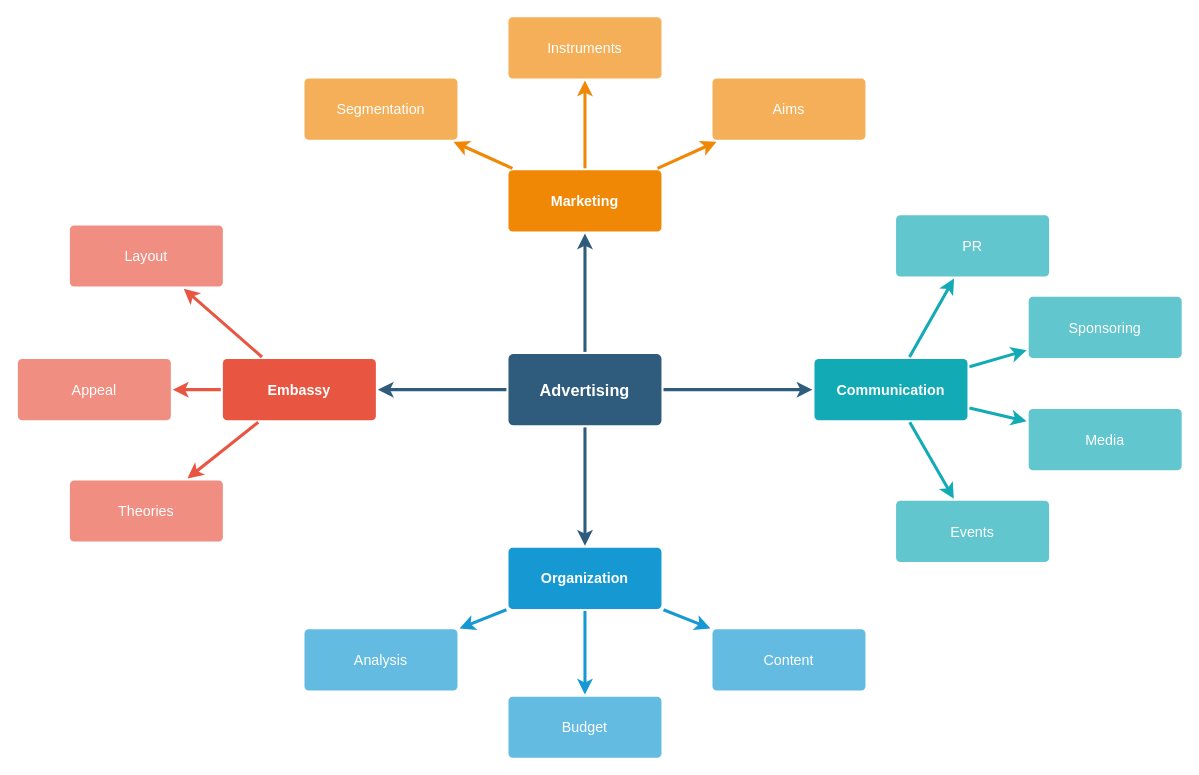
Above: Untitled Diagram.drawio in BlackBidul/El-Lado-Oscuro (draw.io), before the change. Source tidied: cells renumbered, new cells numbered last; positions are measured from the earlier drawing's top-left corner, leaving out a move shared by most shapes. Both pictures are drawn from the tidied source at 102%, with x=0, y=0 at pixel (17, 16).
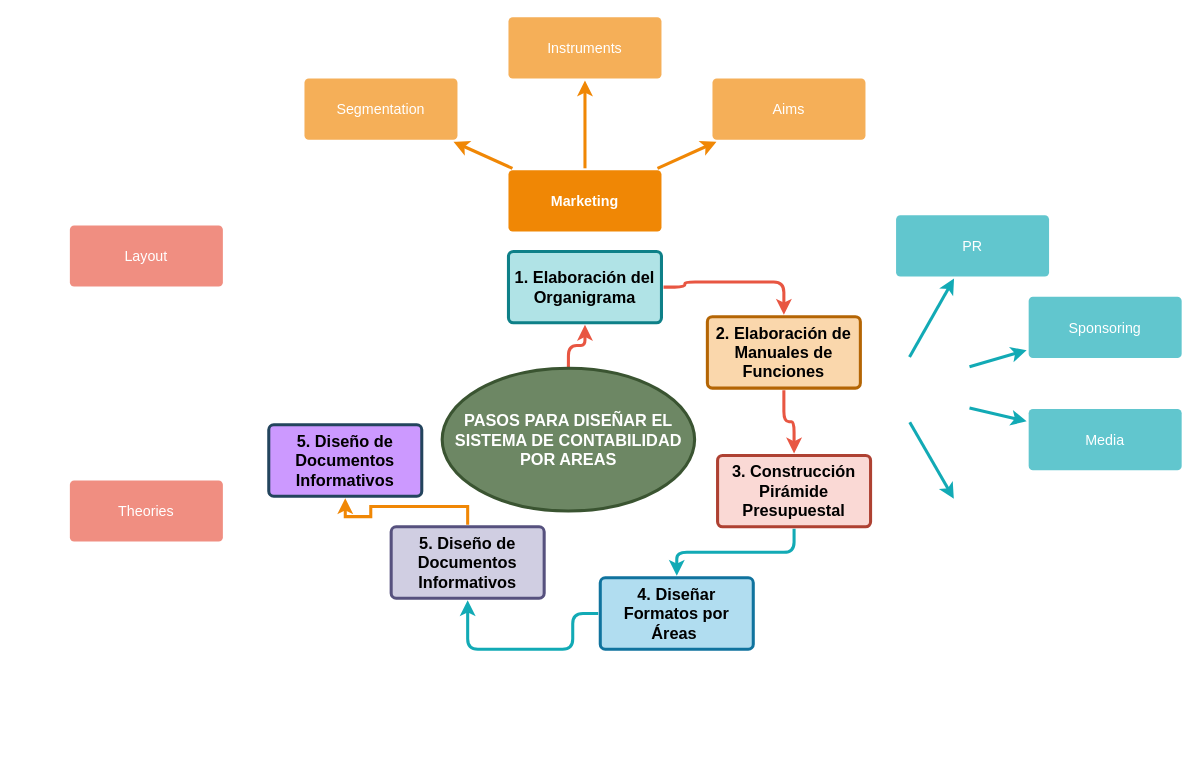
The same diagram, later.

The change refers to these unchanged cells:
```xml
<mxCell id="11" value="Theories" style="rounded=1;whiteSpace=wrap;html=1;shadow=0;labelBackgroundColor=none;strokeColor=none;strokeWidth=3;fillColor=#f08e81;fontFamily=Helvetica;fontSize=14;fontColor=#FFFFFF;align=center;spacing=5;fontStyle=0;arcSize=7;perimeterSpacing=2;" parent="1" vertex="1">
  <mxGeometry x="51" y="454.5" width="150" height="60" as="geometry" />
</mxCell>
<mxCell id="13" value="Layout" style="rounded=1;whiteSpace=wrap;html=1;shadow=0;labelBackgroundColor=none;strokeColor=none;strokeWidth=3;fillColor=#f08e81;fontFamily=Helvetica;fontSize=14;fontColor=#FFFFFF;align=center;spacing=5;fontStyle=0;arcSize=7;perimeterSpacing=2;" parent="1" vertex="1">
  <mxGeometry x="51" y="204.5" width="150" height="60" as="geometry" />
</mxCell>
<mxCell id="21" value="Marketing" style="rounded=1;whiteSpace=wrap;html=1;shadow=0;labelBackgroundColor=none;strokeColor=none;strokeWidth=3;fillColor=#F08705;fontFamily=Helvetica;fontSize=14;fontColor=#FFFFFF;align=center;spacing=5;fontStyle=1;arcSize=7;perimeterSpacing=2;" parent="1" vertex="1">
  <mxGeometry x="481" y="150.5" width="150" height="60" as="geometry" />
</mxCell>
<mxCell id="31" value="Media" style="rounded=1;whiteSpace=wrap;html=1;shadow=0;labelBackgroundColor=none;strokeColor=none;strokeWidth=3;fillColor=#61c6ce;fontFamily=Helvetica;fontSize=14;fontColor=#FFFFFF;align=center;spacing=5;fontStyle=0;arcSize=7;perimeterSpacing=2;" parent="1" vertex="1">
  <mxGeometry x="991" y="384.5" width="150" height="60" as="geometry" />
</mxCell>
<mxCell id="33" value="Sponsoring" style="rounded=1;whiteSpace=wrap;html=1;shadow=0;labelBackgroundColor=none;strokeColor=none;strokeWidth=3;fillColor=#61c6ce;fontFamily=Helvetica;fontSize=14;fontColor=#FFFFFF;align=center;spacing=5;fontStyle=0;arcSize=7;perimeterSpacing=2;" parent="1" vertex="1">
  <mxGeometry x="991" y="274.5" width="150" height="60" as="geometry" />
</mxCell>
<mxCell id="35" value="PR" style="rounded=1;whiteSpace=wrap;html=1;shadow=0;labelBackgroundColor=none;strokeColor=none;strokeWidth=3;fillColor=#61c6ce;fontFamily=Helvetica;fontSize=14;fontColor=#FFFFFF;align=center;spacing=5;fontStyle=0;arcSize=7;perimeterSpacing=2;" parent="1" vertex="1">
  <mxGeometry x="861" y="194.5" width="150" height="60" as="geometry" />
</mxCell>
```

The edit, as a diff of the source:
```diff
@@
-    <mxCell id="2" style="edgeStyle=none;rounded=0;jumpStyle=none;html=1;shadow=0;labelBackgroundColor=none;startArrow=none;startFill=0;endArrow=classic;endFill=1;jettySize=auto;strokeColor=#2F5B7C;strokeWidth=3;fontFamily=Helvetica;fontSize=16;fontColor=#23445D;spacing=5;" parent="1" edge="1" source="6" target="21">
-      <mxGeometry relative="1" as="geometry" />
-    </mxCell>
-    <mxCell id="3" style="edgeStyle=none;rounded=0;jumpStyle=none;html=1;shadow=0;labelBackgroundColor=none;startArrow=none;startFill=0;endArrow=classic;endFill=1;jettySize=auto;strokeColor=#2F5B7C;strokeWidth=3;fontFamily=Helvetica;fontSize=16;fontColor=#23445D;spacing=5;" parent="1" edge="1" source="6" target="28">
-      <mxGeometry relative="1" as="geometry" />
-    </mxCell>
-    <mxCell id="4" style="edgeStyle=none;rounded=0;jumpStyle=none;html=1;shadow=0;labelBackgroundColor=none;startArrow=none;startFill=0;endArrow=classic;endFill=1;jettySize=auto;strokeColor=#2F5B7C;strokeWidth=3;fontFamily=Helvetica;fontSize=16;fontColor=#23445D;spacing=5;" parent="1" edge="1" source="6" target="17">
-      <mxGeometry relative="1" as="geometry" />
-    </mxCell>
-    <mxCell id="5" style="edgeStyle=none;rounded=0;jumpStyle=none;html=1;shadow=0;labelBackgroundColor=none;startArrow=none;startFill=0;endArrow=classic;endFill=1;jettySize=auto;strokeColor=#2F5B7C;strokeWidth=3;fontFamily=Helvetica;fontSize=16;fontColor=#23445D;spacing=5;" parent="1" edge="1" source="6" target="10">
-      <mxGeometry relative="1" as="geometry" />
-    </mxCell>
+    <mxCell id="37" style="edgeStyle=orthogonalEdgeStyle;rounded=1;jettySize=auto;html=1;entryX=0.5;entryY=0;entryDx=0;entryDy=0;shadow=0;fontSize=14;fontColor=#FFFFFF;fontStyle=1;strokeColor=#E85642;strokeWidth=3;fillColor=#b0e3e6;labelBackgroundColor=none;spacing=5;startFill=0;" parent="1" edge="1" source="6" target="41">
+      <mxGeometry relative="1" as="geometry">
+        <Array as="points">
+          <mxPoint x="654" y="265" />
+          <mxPoint x="654" y="260" />
+          <mxPoint x="751" y="260" />
+        </Array>
+      </mxGeometry>
+    </mxCell>
-    <mxCell id="6" value="Advertising" style="rounded=1;whiteSpace=wrap;html=1;shadow=0;labelBackgroundColor=none;strokeColor=none;strokeWidth=3;fillColor=#2F5B7C;fontFamily=Helvetica;fontSize=16;fontColor=#FFFFFF;align=center;fontStyle=1;spacing=5;arcSize=7;perimeterSpacing=2;" parent="1" vertex="1">
-      <mxGeometry x="481" y="330.5" width="150" height="70" as="geometry" />
+    <mxCell id="6" value="1. Elaboración del Organigrama" style="rounded=1;whiteSpace=wrap;html=1;shadow=0;labelBackgroundColor=none;strokeColor=#0e8088;strokeWidth=3;fillColor=#b0e3e6;fontFamily=Helvetica;fontSize=16;align=center;fontStyle=1;spacing=5;arcSize=7;perimeterSpacing=2;" parent="1" vertex="1">
+      <mxGeometry x="481" y="230" width="150" height="70" as="geometry" />
     </mxCell>
-    <mxCell id="7" style="edgeStyle=none;rounded=1;jumpStyle=none;html=1;shadow=0;labelBackgroundColor=none;startArrow=none;startFill=0;jettySize=auto;strokeColor=#E85642;strokeWidth=3;fontFamily=Helvetica;fontSize=14;fontColor=#FFFFFF;spacing=5;fontStyle=1;fillColor=#b0e3e6;" parent="1" edge="1" source="10" target="13">
-      <mxGeometry relative="1" as="geometry" />
-    </mxCell>
-    <mxCell id="8" style="edgeStyle=none;rounded=1;jumpStyle=none;html=1;shadow=0;labelBackgroundColor=none;startArrow=none;startFill=0;jettySize=auto;strokeColor=#E85642;strokeWidth=3;fontFamily=Helvetica;fontSize=14;fontColor=#FFFFFF;spacing=5;fontStyle=1;fillColor=#b0e3e6;" parent="1" edge="1" source="10" target="12">
-      <mxGeometry relative="1" as="geometry" />
-    </mxCell>
-    <mxCell id="9" style="edgeStyle=none;rounded=1;jumpStyle=none;html=1;shadow=0;labelBackgroundColor=none;startArrow=none;startFill=0;jettySize=auto;strokeColor=#E85642;strokeWidth=3;fontFamily=Helvetica;fontSize=14;fontColor=#FFFFFF;spacing=5;fontStyle=1;fillColor=#b0e3e6;" parent="1" edge="1" source="10" target="11">
-      <mxGeometry relative="1" as="geometry" />
-    </mxCell>
-    <mxCell id="10" value="Embassy" style="rounded=1;whiteSpace=wrap;html=1;shadow=0;labelBackgroundColor=none;strokeColor=none;strokeWidth=3;fillColor=#e85642;fontFamily=Helvetica;fontSize=14;fontColor=#FFFFFF;align=center;spacing=5;fontStyle=1;arcSize=7;perimeterSpacing=2;" parent="1" vertex="1">
-      <mxGeometry x="201" y="335.5" width="150" height="60" as="geometry" />
-    </mxCell>
@@
-    <mxCell id="12" value="Appeal" style="rounded=1;whiteSpace=wrap;html=1;shadow=0;labelBackgroundColor=none;strokeColor=none;strokeWidth=3;fillColor=#f08e81;fontFamily=Helvetica;fontSize=14;fontColor=#FFFFFF;align=center;spacing=5;fontStyle=0;arcSize=7;perimeterSpacing=2;" parent="1" vertex="1">
-      <mxGeometry y="335.5" width="150" height="60" as="geometry" />
-    </mxCell>
@@
-    <mxCell id="14" style="edgeStyle=none;rounded=0;jumpStyle=none;html=1;shadow=0;labelBackgroundColor=none;startArrow=none;startFill=0;endArrow=classic;endFill=1;jettySize=auto;strokeColor=#1699D3;strokeWidth=3;fontFamily=Helvetica;fontSize=14;fontColor=#FFFFFF;spacing=5;" parent="1" edge="1" source="17" target="20">
-      <mxGeometry relative="1" as="geometry" />
-    </mxCell>
-    <mxCell id="15" style="edgeStyle=none;rounded=0;jumpStyle=none;html=1;shadow=0;labelBackgroundColor=none;startArrow=none;startFill=0;endArrow=classic;endFill=1;jettySize=auto;strokeColor=#1699D3;strokeWidth=3;fontFamily=Helvetica;fontSize=14;fontColor=#FFFFFF;spacing=5;" parent="1" edge="1" source="17" target="19">
-      <mxGeometry relative="1" as="geometry" />
-    </mxCell>
-    <mxCell id="16" style="edgeStyle=none;rounded=0;jumpStyle=none;html=1;shadow=0;labelBackgroundColor=none;startArrow=none;startFill=0;endArrow=classic;endFill=1;jettySize=auto;strokeColor=#1699D3;strokeWidth=3;fontFamily=Helvetica;fontSize=14;fontColor=#FFFFFF;spacing=5;" parent="1" edge="1" source="17" target="18">
-      <mxGeometry relative="1" as="geometry" />
-    </mxCell>
-    <mxCell id="17" value="Organization" style="rounded=1;whiteSpace=wrap;html=1;shadow=0;labelBackgroundColor=none;strokeColor=none;strokeWidth=3;fillColor=#1699d3;fontFamily=Helvetica;fontSize=14;fontColor=#FFFFFF;align=center;spacing=5;fontStyle=1;arcSize=7;perimeterSpacing=2;" parent="1" vertex="1">
-      <mxGeometry x="481" y="520.5" width="150" height="60" as="geometry" />
-    </mxCell>
-    <mxCell id="18" value="Content" style="rounded=1;whiteSpace=wrap;html=1;shadow=0;labelBackgroundColor=none;strokeColor=none;strokeWidth=3;fillColor=#64bbe2;fontFamily=Helvetica;fontSize=14;fontColor=#FFFFFF;align=center;spacing=5;arcSize=7;perimeterSpacing=2;" parent="1" vertex="1">
-      <mxGeometry x="681" y="600.5" width="150" height="60" as="geometry" />
-    </mxCell>
-    <mxCell id="19" value="Budget" style="rounded=1;whiteSpace=wrap;html=1;shadow=0;labelBackgroundColor=none;strokeColor=none;strokeWidth=3;fillColor=#64bbe2;fontFamily=Helvetica;fontSize=14;fontColor=#FFFFFF;align=center;spacing=5;arcSize=7;perimeterSpacing=2;" parent="1" vertex="1">
-      <mxGeometry x="481" y="666.5" width="150" height="60" as="geometry" />
-    </mxCell>
-    <mxCell id="20" value="Analysis" style="rounded=1;whiteSpace=wrap;html=1;shadow=0;labelBackgroundColor=none;strokeColor=none;strokeWidth=3;fillColor=#64bbe2;fontFamily=Helvetica;fontSize=14;fontColor=#FFFFFF;align=center;spacing=5;arcSize=7;perimeterSpacing=2;" parent="1" vertex="1">
-      <mxGeometry x="281" y="600.5" width="150" height="60" as="geometry" />
-    </mxCell>
@@
-    <mxCell id="28" value="Communication" style="rounded=1;whiteSpace=wrap;html=1;shadow=0;labelBackgroundColor=none;strokeColor=none;strokeWidth=3;fillColor=#12aab5;fontFamily=Helvetica;fontSize=14;fontColor=#FFFFFF;align=center;spacing=5;fontStyle=1;arcSize=7;perimeterSpacing=2;" parent="1" vertex="1">
-      <mxGeometry x="781" y="335.5" width="150" height="60" as="geometry" />
-    </mxCell>
-    <mxCell id="29" value="Events" style="rounded=1;whiteSpace=wrap;html=1;shadow=0;labelBackgroundColor=none;strokeColor=none;strokeWidth=3;fillColor=#61c6ce;fontFamily=Helvetica;fontSize=14;fontColor=#FFFFFF;align=center;spacing=5;fontStyle=0;arcSize=7;perimeterSpacing=2;" parent="1" vertex="1">
-      <mxGeometry x="861" y="474.5" width="150" height="60" as="geometry" />
-    </mxCell>
-    <mxCell id="30" style="edgeStyle=none;rounded=1;jumpStyle=none;html=1;shadow=0;labelBackgroundColor=none;startArrow=none;startFill=0;jettySize=auto;strokeColor=#12AAB5;strokeWidth=3;fontFamily=Helvetica;fontSize=14;fontColor=#FFFFFF;spacing=5;fontStyle=1;fillColor=#b0e3e6;" parent="1" edge="1" source="28" target="29">
-      <mxGeometry relative="1" as="geometry" />
+    <mxCell id="30" style="edgeStyle=none;rounded=1;jumpStyle=none;html=1;shadow=0;labelBackgroundColor=none;startArrow=none;startFill=0;jettySize=auto;orthogonalLoop=1;strokeColor=#12AAB5;strokeWidth=3;fontFamily=Helvetica;fontSize=14;fontColor=#FFFFFF;spacing=5;fontStyle=1;fillColor=#b0e3e6;" parent="1" edge="1">
+      <mxGeometry relative="1" as="geometry">
+        <mxPoint x="874.4" y="397.5" as="sourcePoint" />
+        <mxPoint x="917.6" y="472.5" as="targetPoint" />
+      </mxGeometry>
     </mxCell>
@@
-    <mxCell id="32" style="edgeStyle=none;rounded=1;jumpStyle=none;html=1;shadow=0;labelBackgroundColor=none;startArrow=none;startFill=0;jettySize=auto;strokeColor=#12AAB5;strokeWidth=3;fontFamily=Helvetica;fontSize=14;fontColor=#FFFFFF;spacing=5;fontStyle=1;fillColor=#b0e3e6;" parent="1" edge="1" source="28" target="31">
-      <mxGeometry relative="1" as="geometry" />
+    <mxCell id="32" style="edgeStyle=none;rounded=1;jumpStyle=none;html=1;shadow=0;labelBackgroundColor=none;startArrow=none;startFill=0;jettySize=auto;strokeColor=#12AAB5;strokeWidth=3;fontFamily=Helvetica;fontSize=14;fontColor=#FFFFFF;spacing=5;fontStyle=1;fillColor=#b0e3e6;" parent="1" edge="1" target="31">
+      <mxGeometry relative="1" as="geometry">
+        <mxPoint x="933" y="383.5" as="sourcePoint" />
+      </mxGeometry>
     </mxCell>
@@
-    <mxCell id="34" style="edgeStyle=none;rounded=1;jumpStyle=none;html=1;shadow=0;labelBackgroundColor=none;startArrow=none;startFill=0;jettySize=auto;strokeColor=#12AAB5;strokeWidth=3;fontFamily=Helvetica;fontSize=14;fontColor=#FFFFFF;spacing=5;fontStyle=1;fillColor=#b0e3e6;" parent="1" edge="1" source="28" target="33">
-      <mxGeometry relative="1" as="geometry" />
+    <mxCell id="34" style="edgeStyle=none;rounded=1;jumpStyle=none;html=1;shadow=0;labelBackgroundColor=none;startArrow=none;startFill=0;jettySize=auto;strokeColor=#12AAB5;strokeWidth=3;fontFamily=Helvetica;fontSize=14;fontColor=#FFFFFF;spacing=5;fontStyle=1;fillColor=#b0e3e6;" parent="1" edge="1" target="33">
+      <mxGeometry relative="1" as="geometry">
+        <mxPoint x="933" y="343.1" as="sourcePoint" />
+      </mxGeometry>
     </mxCell>
@@
-    <mxCell id="36" style="edgeStyle=none;rounded=1;jumpStyle=none;html=1;shadow=0;labelBackgroundColor=none;startArrow=none;startFill=0;jettySize=auto;strokeColor=#12AAB5;strokeWidth=3;fontFamily=Helvetica;fontSize=14;fontColor=#FFFFFF;spacing=5;fontStyle=1;fillColor=#b0e3e6;" parent="1" edge="1" source="28" target="35">
-      <mxGeometry relative="1" as="geometry" />
+    <mxCell id="36" style="edgeStyle=none;rounded=1;jumpStyle=none;html=1;shadow=0;labelBackgroundColor=none;startArrow=none;startFill=0;jettySize=auto;strokeColor=#12AAB5;strokeWidth=3;fontFamily=Helvetica;fontSize=14;fontColor=#FFFFFF;spacing=5;fontStyle=1;fillColor=#b0e3e6;" parent="1" edge="1" target="35">
+      <mxGeometry relative="1" as="geometry">
+        <mxPoint x="874.2" y="333.5" as="sourcePoint" />
+      </mxGeometry>
     </mxCell>
+    <mxCell id="38" style="edgeStyle=orthogonalEdgeStyle;rounded=1;jettySize=auto;html=1;entryX=0.5;entryY=1;entryDx=0;entryDy=0;shadow=0;fontSize=14;fontColor=#FFFFFF;fontStyle=1;strokeColor=#E85642;strokeWidth=3;fillColor=#b0e3e6;labelBackgroundColor=none;spacing=5;startFill=0;" parent="1" edge="1" source="39" target="6">
+      <mxGeometry relative="1" as="geometry" />
+    </mxCell>
+    <mxCell id="39" value="&lt;span&gt;PASOS PARA DISEÑAR EL SISTEMA DE CONTABILIDAD POR AREAS&lt;/span&gt;" style="ellipse;whiteSpace=wrap;html=1;fillColor=#6d8764;shadow=0;rounded=1;fontSize=16;fontStyle=1;strokeWidth=3;spacing=5;arcSize=7;strokeColor=#3A5431;fontColor=#ffffff;" parent="1" vertex="1">
+      <mxGeometry x="416" y="344.5" width="247.5" height="140" as="geometry" />
+    </mxCell>
+    <mxCell id="40" style="edgeStyle=orthogonalEdgeStyle;rounded=1;jettySize=auto;html=1;shadow=0;fontSize=14;fontColor=#FFFFFF;fontStyle=1;strokeColor=#E85642;strokeWidth=3;fillColor=#b0e3e6;labelBackgroundColor=none;spacing=5;startFill=0;" parent="1" edge="1" source="41" target="43">
+      <mxGeometry relative="1" as="geometry" />
+    </mxCell>
+    <mxCell id="41" value="2. Elaboración de Manuales de Funciones" style="rounded=1;whiteSpace=wrap;html=1;shadow=0;labelBackgroundColor=none;strokeColor=#b46504;strokeWidth=3;fillColor=#fad7ac;fontFamily=Helvetica;fontSize=16;align=center;fontStyle=1;spacing=5;arcSize=7;perimeterSpacing=2;" parent="1" vertex="1">
+      <mxGeometry x="676" y="294" width="150" height="70" as="geometry" />
+    </mxCell>
+    <mxCell id="42" style="edgeStyle=orthogonalEdgeStyle;rounded=1;jettySize=auto;html=1;shadow=0;fontSize=14;fontColor=#FFFFFF;fontStyle=1;strokeColor=#12AAB5;strokeWidth=3;fillColor=#b0e3e6;labelBackgroundColor=none;spacing=5;startFill=0;" parent="1" edge="1" source="43" target="45">
+      <mxGeometry relative="1" as="geometry" />
+    </mxCell>
+    <mxCell id="43" value="3. Construcción Pirámide Presupuestal" style="rounded=1;whiteSpace=wrap;html=1;shadow=0;labelBackgroundColor=none;strokeColor=#ae4132;strokeWidth=3;fillColor=#fad9d5;fontFamily=Helvetica;fontSize=16;align=center;fontStyle=1;spacing=5;arcSize=7;perimeterSpacing=2;" parent="1" vertex="1">
+      <mxGeometry x="686" y="430" width="150" height="70" as="geometry" />
+    </mxCell>
+    <mxCell id="44" style="edgeStyle=orthogonalEdgeStyle;rounded=1;jettySize=auto;html=1;entryX=0.5;entryY=1;entryDx=0;entryDy=0;shadow=0;fontSize=14;fontColor=#FFFFFF;fontStyle=1;strokeColor=#12AAB5;strokeWidth=3;fillColor=#b0e3e6;labelBackgroundColor=none;spacing=5;startFill=0;" parent="1" edge="1" source="45" target="47">
+      <mxGeometry relative="1" as="geometry">
+        <Array as="points">
+          <mxPoint x="544" y="585" />
+          <mxPoint x="544" y="620" />
+          <mxPoint x="441" y="620" />
+        </Array>
+      </mxGeometry>
+    </mxCell>
+    <mxCell id="45" value="4. Diseñar Formatos por Áreas&amp;nbsp;" style="rounded=1;whiteSpace=wrap;html=1;shadow=0;labelBackgroundColor=none;strokeColor=#10739e;strokeWidth=3;fillColor=#b1ddf0;fontFamily=Helvetica;fontSize=16;align=center;fontStyle=1;spacing=5;arcSize=7;perimeterSpacing=2;" parent="1" vertex="1">
+      <mxGeometry x="571" y="550" width="150" height="70" as="geometry" />
+    </mxCell>
+    <mxCell id="46" style="edgeStyle=orthogonalEdgeStyle;rounded=0;jettySize=auto;html=1;shadow=0;fontSize=14;fontColor=#FFFFFF;strokeColor=#F08705;strokeWidth=3;labelBackgroundColor=none;spacing=5;endFill=1;startFill=0;" parent="1" edge="1" source="47" target="48">
+      <mxGeometry relative="1" as="geometry" />
+    </mxCell>
+    <mxCell id="47" value="5. Diseño de Documentos Informativos" style="rounded=1;whiteSpace=wrap;html=1;shadow=0;labelBackgroundColor=none;strokeColor=#56517e;strokeWidth=3;fillColor=#d0cee2;fontFamily=Helvetica;fontSize=16;align=center;fontStyle=1;spacing=5;arcSize=7;perimeterSpacing=2;" parent="1" vertex="1">
+      <mxGeometry x="366" y="500" width="150" height="70" as="geometry" />
+    </mxCell>
+    <mxCell id="48" value="5. Diseño de Documentos Informativos" style="rounded=1;whiteSpace=wrap;html=1;shadow=0;labelBackgroundColor=none;strokeColor=#23445d;strokeWidth=3;fontFamily=Helvetica;fontSize=16;align=center;fontStyle=1;spacing=5;arcSize=7;perimeterSpacing=2;fillColor=#CC99FF;" parent="1" vertex="1">
+      <mxGeometry x="246" y="400" width="150" height="70" as="geometry" />
+    </mxCell>
```
